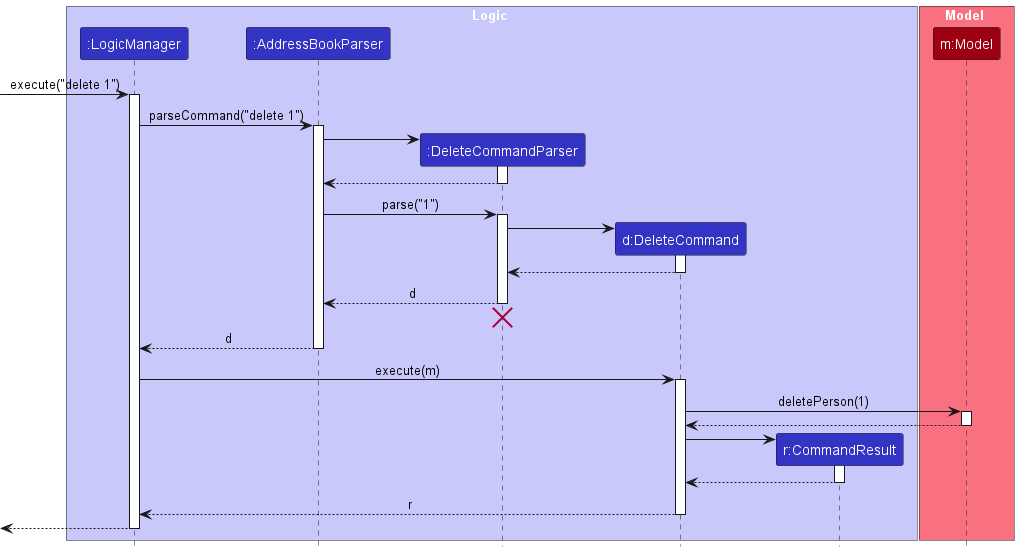
Before: docs/images/DeleteSequenceDiagram.png, a diagram exported from PlantUML (nus-cs2103-AY2425S1/tp).
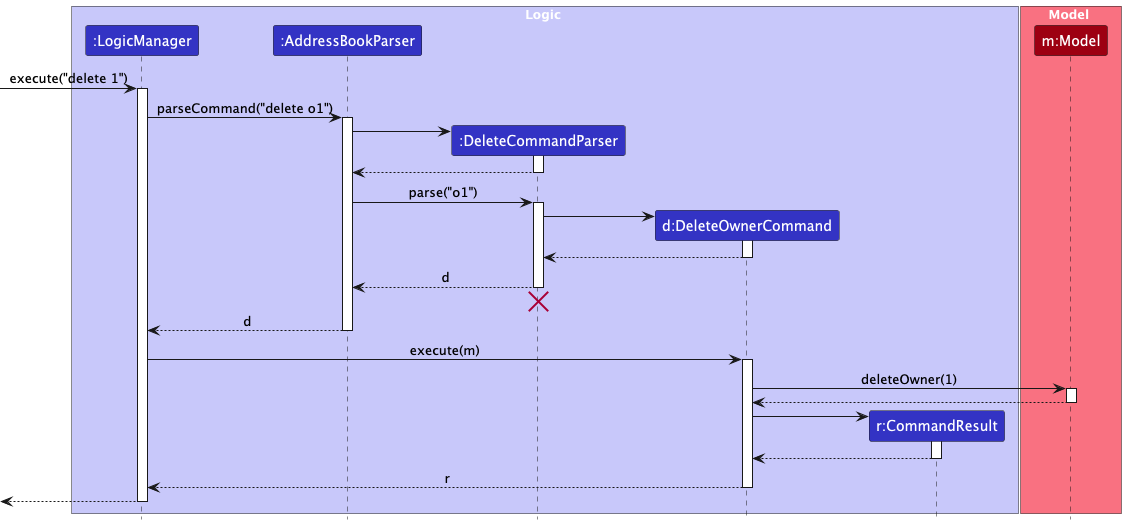
Above is the later version.

Change to the diagram source:
```diff
@@ -6,7 +6,7 @@
 participant ":LogicManager" as LogicManager LOGIC_COLOR
 participant ":AddressBookParser" as AddressBookParser LOGIC_COLOR
 participant ":DeleteCommandParser" as DeleteCommandParser LOGIC_COLOR
-participant "d:DeleteCommand" as DeleteCommand LOGIC_COLOR
+participant "d:DeleteOwnerCommand" as DeleteCommand LOGIC_COLOR
 participant "r:CommandResult" as CommandResult LOGIC_COLOR
 end box
 
@@ -17,7 +17,7 @@
 [-> LogicManager : execute("delete 1")
 activate LogicManager
 
-LogicManager -> AddressBookParser : parseCommand("delete 1")
+LogicManager -> AddressBookParser : parseCommand("delete o1")
 activate AddressBookParser
 
 create DeleteCommandParser
@@ -27,7 +27,7 @@
 DeleteCommandParser --> AddressBookParser
 deactivate DeleteCommandParser
 
-AddressBookParser -> DeleteCommandParser : parse("1")
+AddressBookParser -> DeleteCommandParser : parse("o1")
 activate DeleteCommandParser
 
 create DeleteCommand
@@ -48,7 +48,7 @@
 LogicManager -> DeleteCommand : execute(m)
 activate DeleteCommand
 
-DeleteCommand -> Model : deletePerson(1)
+DeleteCommand -> Model : deleteOwner(1)
 activate Model
 
 Model --> DeleteCommand
```
